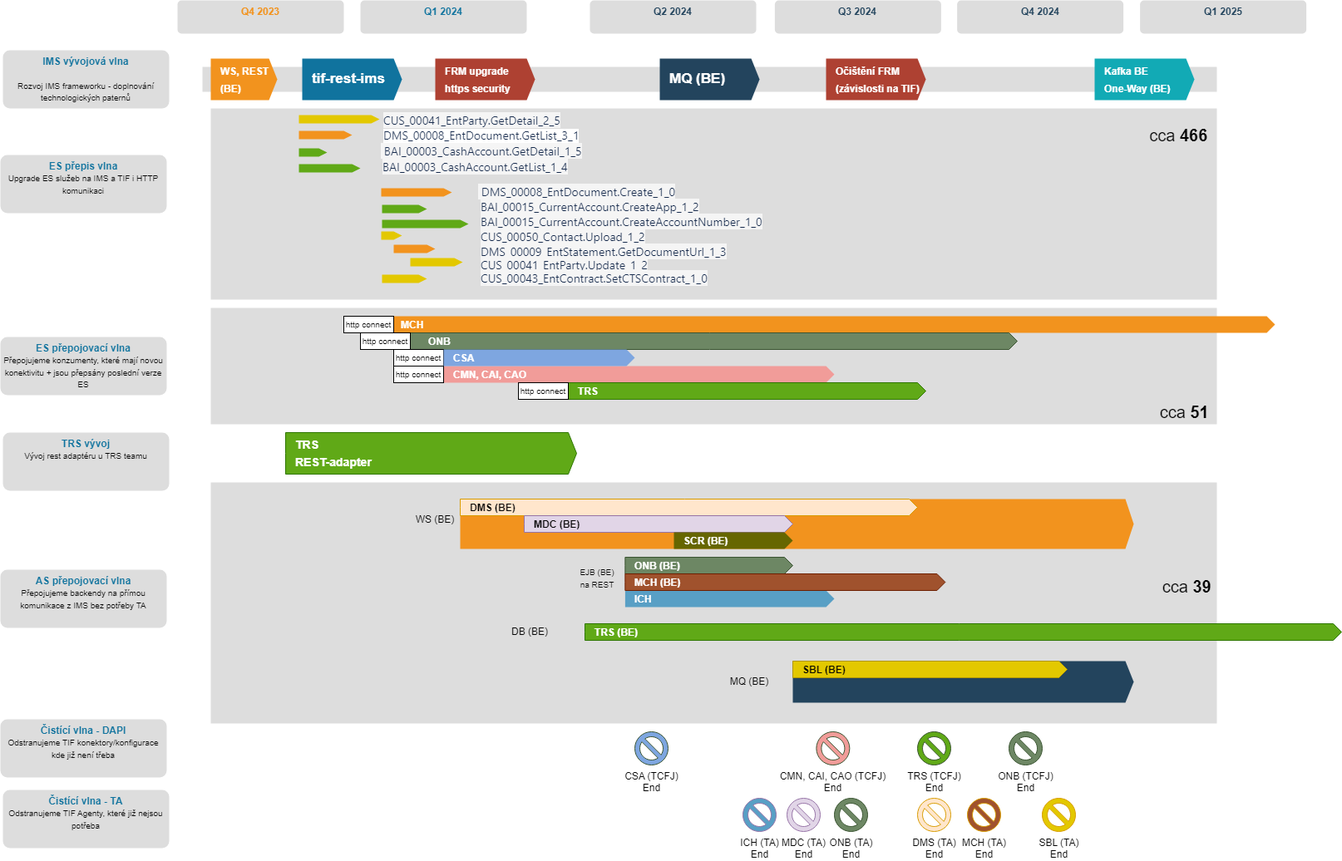
The draw.io diagram tifexit_1.drawio.png in MichalHasekRB/my-Diagrams, before a commit. Source tidied: cells renumbered, new cells last; positions are measured from the earlier drawing's top-left corner, leaving out a move shared by most shapes.
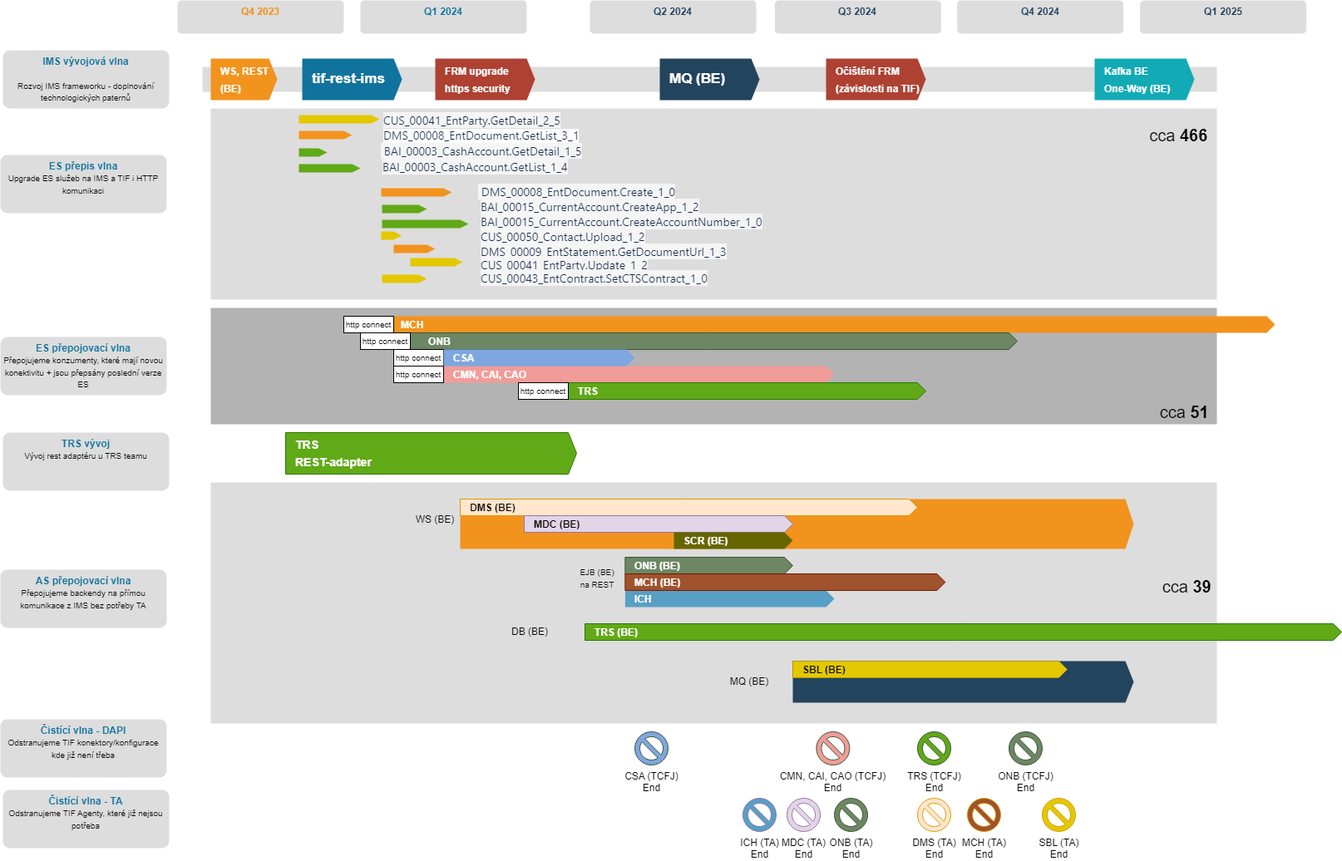
After the change.

Diff of the diagram source:
```diff
@@ -47,7 +47,7 @@
     <mxCell id="16" value="&lt;font style=&quot;&quot;&gt;&lt;font color=&quot;#10739e&quot;&gt;&lt;b&gt;ES přepis vlna&lt;/b&gt;&lt;/font&gt;&lt;br&gt;&lt;font style=&quot;font-size: 10px;&quot; size=&quot;1&quot;&gt;Upgrade ES služeb na IMS a TIF i HTTP komunikaci&lt;/font&gt;&lt;/font&gt;" style="rounded=1;strokeColor=none;fillColor=#DDDDDD;align=center;arcSize=12;verticalAlign=top;whiteSpace=wrap;html=1;fontSize=12;" parent="1" vertex="1">
       <mxGeometry y="186" width="200" height="70" as="geometry" />
     </mxCell>
-    <mxCell id="17" style="fillColor=#dddddd;rounded=0;strokeColor=none;" parent="1" vertex="1">
+    <mxCell id="17" style="fillColor=#B3B3B3;rounded=0;strokeColor=none;" parent="1" vertex="1">
       <mxGeometry x="253" y="370" width="1210" height="140" as="geometry" />
     </mxCell>
     <mxCell id="18" value="&lt;font style=&quot;&quot;&gt;&lt;font color=&quot;#10739e&quot;&gt;&lt;b&gt;ES přepojovací vlna&lt;/b&gt;&lt;/font&gt;&lt;br&gt;&lt;span style=&quot;font-size: 10px;&quot;&gt;Přepojujeme konzumenty, které mají novou konektivitu + jsou přepsány poslední verze ES&lt;/span&gt;&lt;br&gt;&lt;/font&gt;" style="rounded=1;strokeColor=none;fillColor=#DDDDDD;align=center;arcSize=12;verticalAlign=top;whiteSpace=wrap;html=1;fontSize=12;" parent="1" vertex="1">
```
